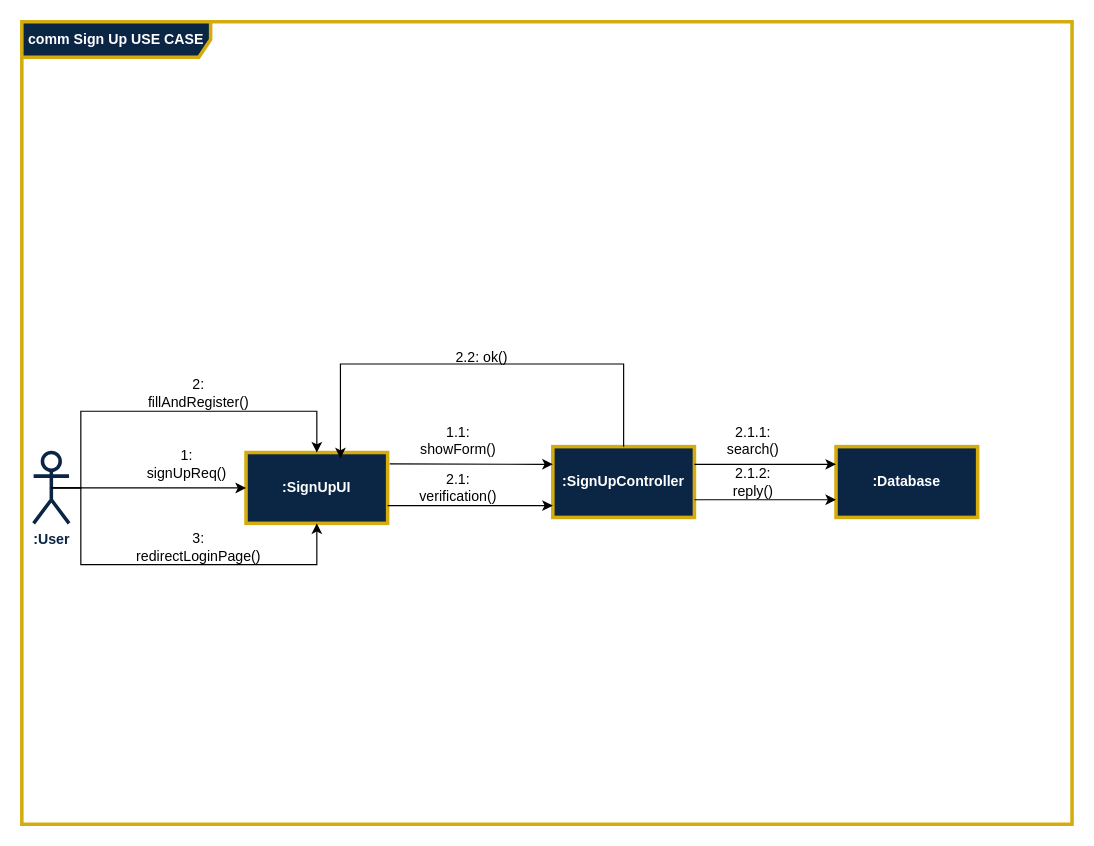
TnT74K/Project-SAD keeps this draw.io diagram as page "Sign up" (3 of 8) of Documentation/Analysis/Modeling/Behavioral Models/Communication Diagram.drawio. Above is the earlier version. Source tidied: cells renumbered, new cells numbered last; positions are measured from the earlier drawing's top-left corner, leaving out a move shared by most shapes. Both pictures are drawn from the tidied source at 118%, with x=0, y=0 at pixel (21, 21).
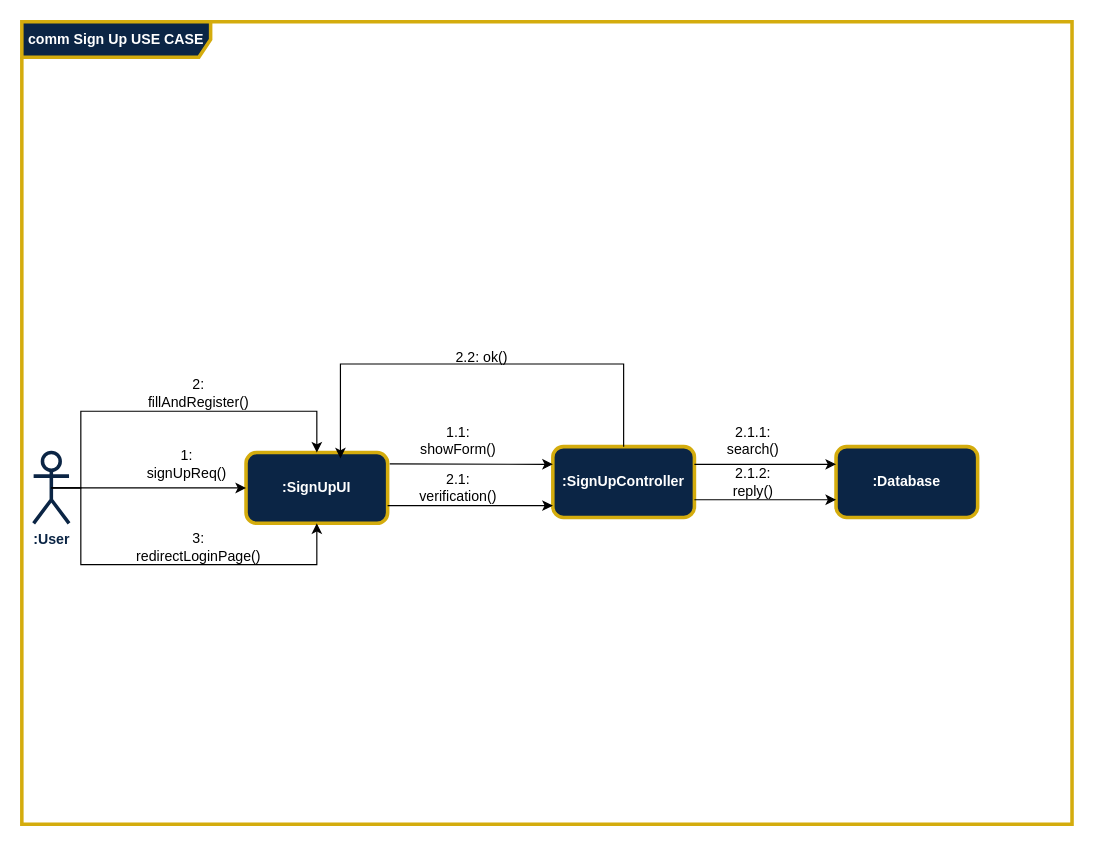
The same diagram, later.

Unchanged cells that the change refers to:
```xml
<mxCell id="2" value="comm Sign Up USE CASE" style="shape=umlFrame;whiteSpace=wrap;html=1;width=160;strokeColor=light-dark(#D4AC0D,#D4AC0D);strokeWidth=3;align=center;verticalAlign=middle;fontFamily=zain;fontSize=12;fontColor=light-dark(#FFFFFF,#FFFFFF);fontStyle=1;labelBackgroundColor=none;fillColor=light-dark(#0B2545,#0B2545);" parent="1" vertex="1">
  <mxGeometry width="890" height="680" as="geometry" />
</mxCell>
```

Change to the diagram source:
```diff
@@
-    <mxCell id="3" value=":SignUpUI" style="rounded=0;whiteSpace=wrap;html=1;strokeColor=light-dark(#D4AC0D,#D4AC0D);strokeWidth=3;align=center;verticalAlign=middle;fontFamily=zain;fontSize=12;fontColor=light-dark(#FFFFFF,#FFFFFF);fontStyle=1;labelBackgroundColor=none;fillColor=light-dark(#0B2545,#0B2545);" parent="2" vertex="1">
+    <mxCell id="3" value=":SignUpUI" style="rounded=1;whiteSpace=wrap;html=1;strokeColor=light-dark(#D4AC0D,#D4AC0D);strokeWidth=3;align=center;verticalAlign=middle;fontFamily=zain;fontSize=12;fontColor=light-dark(#FFFFFF,#FFFFFF);fontStyle=1;labelBackgroundColor=none;fillColor=light-dark(#0B2545,#0B2545);" parent="2" vertex="1">
       <mxGeometry x="190" y="365" width="120" height="60" as="geometry" />
     </mxCell>
-    <mxCell id="4" value=":SignUpController" style="rounded=0;whiteSpace=wrap;html=1;strokeColor=light-dark(#D4AC0D,#D4AC0D);strokeWidth=3;align=center;verticalAlign=middle;fontFamily=zain;fontSize=12;fontColor=light-dark(#FFFFFF,#FFFFFF);fontStyle=1;labelBackgroundColor=none;fillColor=light-dark(#0B2545,#0B2545);" parent="2" vertex="1">
+    <mxCell id="4" value=":SignUpController" style="rounded=1;whiteSpace=wrap;html=1;strokeColor=light-dark(#D4AC0D,#D4AC0D);strokeWidth=3;align=center;verticalAlign=middle;fontFamily=zain;fontSize=12;fontColor=light-dark(#FFFFFF,#FFFFFF);fontStyle=1;labelBackgroundColor=none;fillColor=light-dark(#0B2545,#0B2545);" parent="2" vertex="1">
       <mxGeometry x="450" y="360" width="120" height="60" as="geometry" />
     </mxCell>
-    <mxCell id="5" value=":Database" style="rounded=0;whiteSpace=wrap;html=1;strokeColor=light-dark(#D4AC0D,#D4AC0D);strokeWidth=3;align=center;verticalAlign=middle;fontFamily=zain;fontSize=12;fontColor=light-dark(#FFFFFF,#FFFFFF);fontStyle=1;labelBackgroundColor=none;fillColor=light-dark(#0B2545,#0B2545);" parent="2" vertex="1">
+    <mxCell id="5" value=":Database" style="rounded=1;whiteSpace=wrap;html=1;strokeColor=light-dark(#D4AC0D,#D4AC0D);strokeWidth=3;align=center;verticalAlign=middle;fontFamily=zain;fontSize=12;fontColor=light-dark(#FFFFFF,#FFFFFF);fontStyle=1;labelBackgroundColor=none;fillColor=light-dark(#0B2545,#0B2545);" parent="2" vertex="1">
       <mxGeometry x="690" y="360" width="120" height="60" as="geometry" />
     </mxCell>
```
